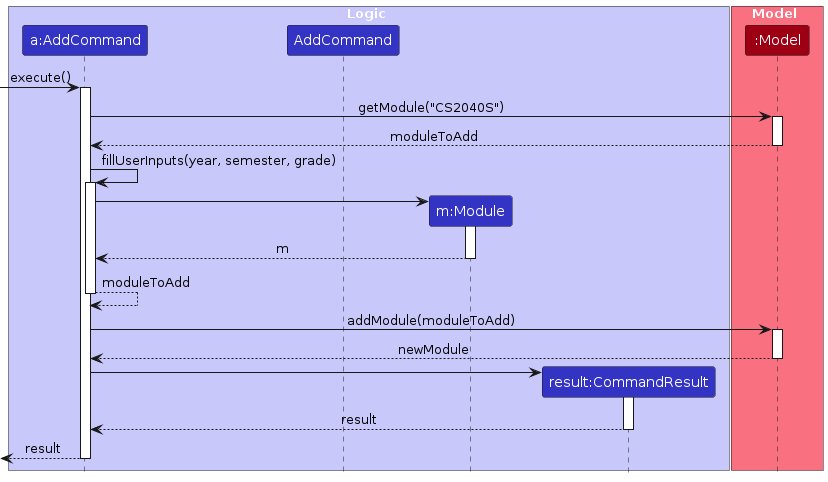
The PlantUML diagram diagrams/AddExecuteSequenceDiagram.png in ji-just-ji/tp, before a commit. Its source is kept beside it as diagrams/AddExecuteSequenceDiagram.puml.
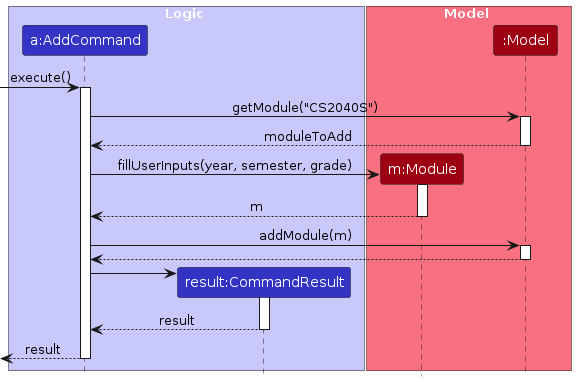
After the change.

Change to the diagram source:
```diff
@@ -4,12 +4,11 @@
 
 box Logic LOGIC_COLOR_T1
 participant "a:AddCommand" as AddCommand LOGIC_COLOR
-participant "AddCommand" as AddCommandClass LOGIC_COLOR
-participant "m:Module" as Module LOGIC_COLOR
 participant "result:CommandResult" as CommandResult LOGIC_COLOR
 end box
 
 box Model MODEL_COLOR_T1
+participant "m:Module" as Module MODEL_COLOR
 participant ":Model" as Model MODEL_COLOR
 end box
 
@@ -22,22 +21,17 @@
 Model --> AddCommand : moduleToAdd
 deactivate Model
 
-AddCommand -> AddCommand : fillUserInputs(year, semester, grade)
-activate AddCommand
+create Module
+AddCommand -> Module : fillUserInputs(year, semester, grade)
+activate Module
 
-create Module
-AddCommand -> Module
-activate Module
-Module --> AddCommand: m
+Module --> AddCommand : m
 deactivate Module
 
-AddCommand --> AddCommand: moduleToAdd
-deactivate AddCommand
-
-AddCommand -> Model : addModule(moduleToAdd)
+AddCommand -> Model : addModule(m)
 activate Model
 
-Model --> AddCommand : newModule
+Model --> AddCommand
 deactivate Model
 
 create CommandResult
```
